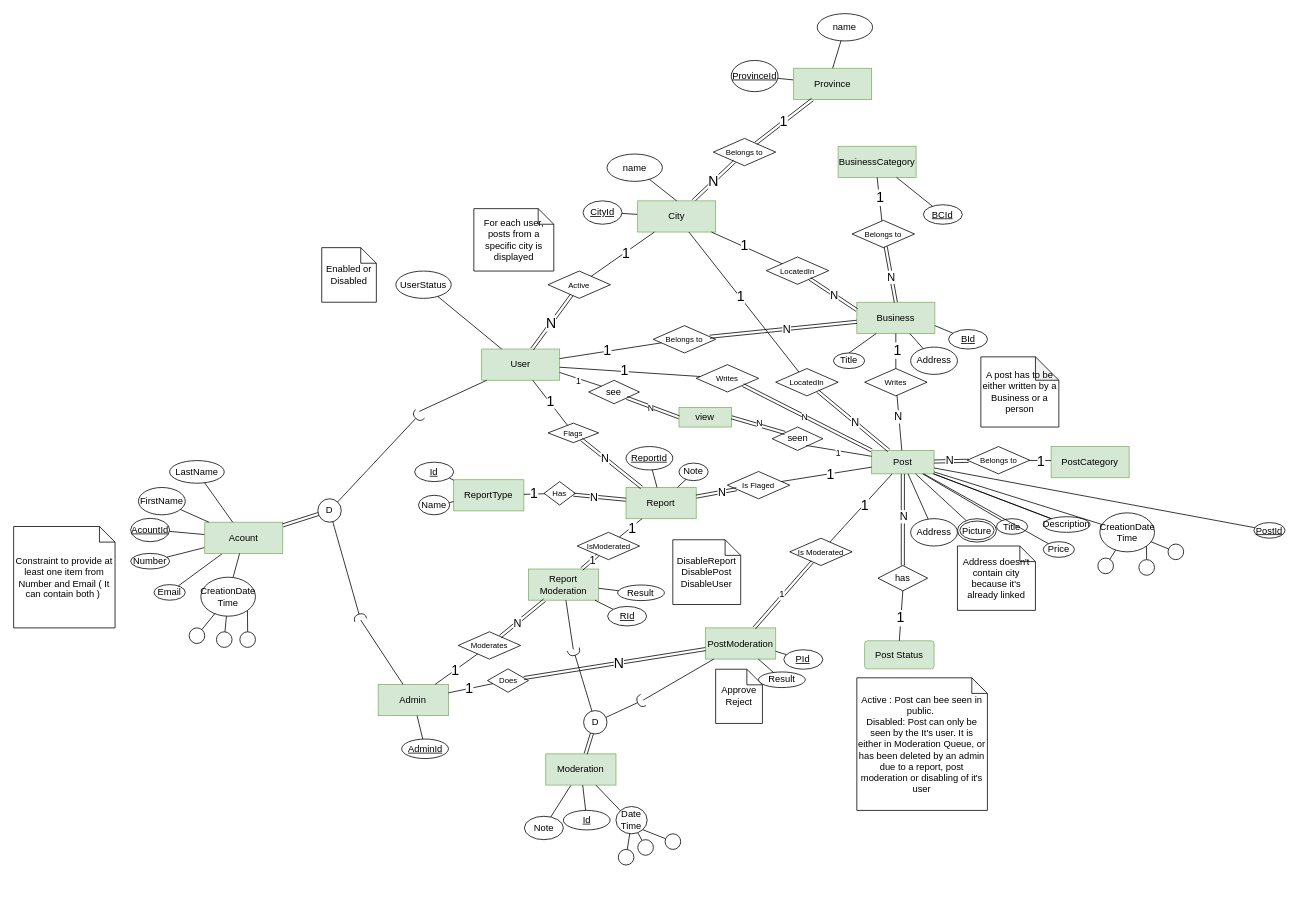
The draw.io diagram Project.drawio in khebrati/HamsellDatabase, before the edit. Source tidied: cells renumbered, new cells numbered last; positions are measured from the earlier drawing's top-left corner, leaving out a move shared by most shapes. Both pictures are drawn from the tidied source at 78%, with x=0, y=0 at pixel (13, 13).
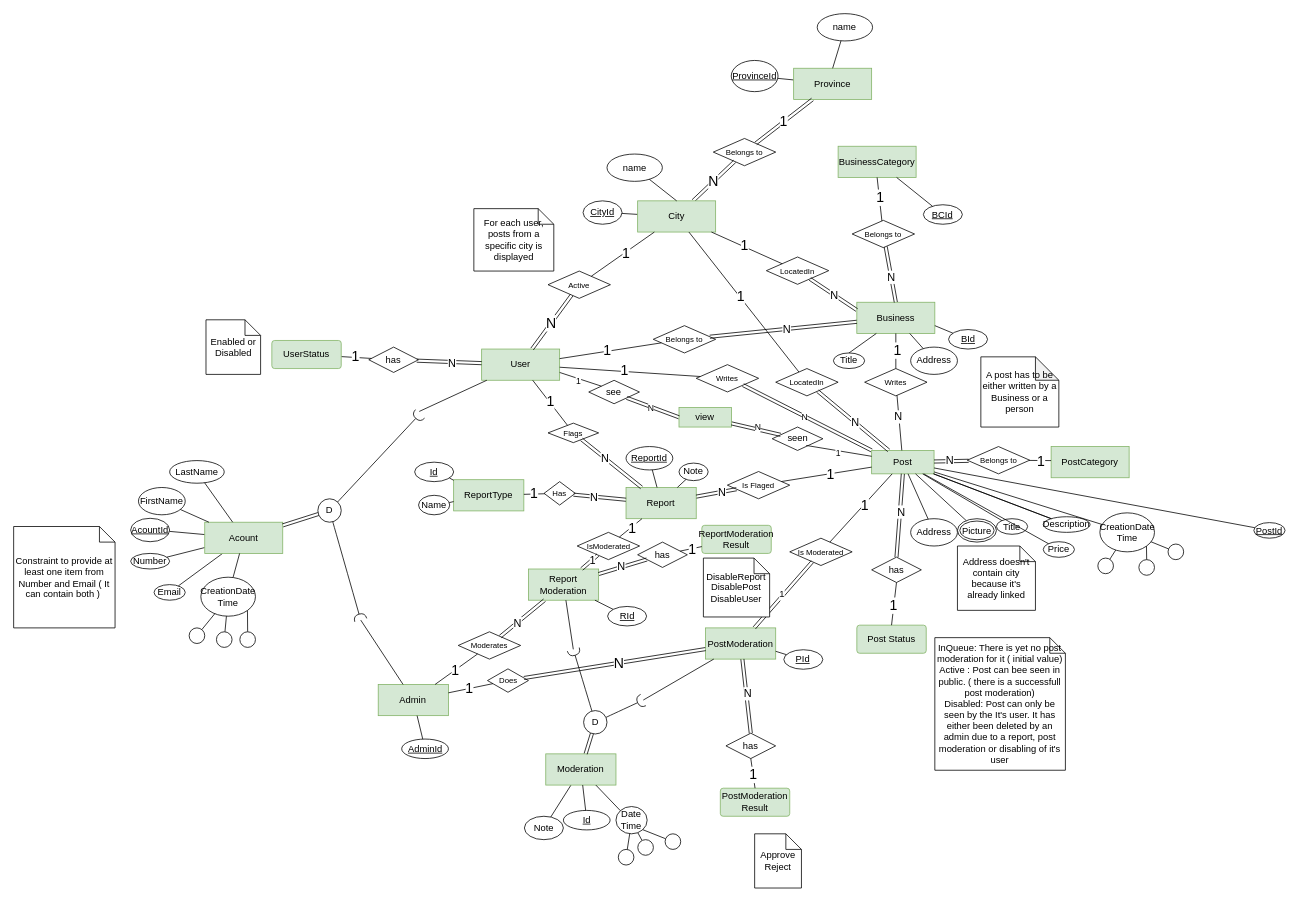
The same page after the edit.

Commit message:
replaced all enums with a new table

Unchanged cells that the change refers to:
```xml
<mxCell id="2" value="User" style="whiteSpace=wrap;html=1;align=center;fillColor=#d5e8d4;strokeColor=#82b366;" parent="1" vertex="1">
  <mxGeometry x="600" y="430" width="100" height="40" as="geometry" />
</mxCell>
<mxCell id="88" value="PostModeration" style="whiteSpace=wrap;html=1;align=center;fillColor=#d5e8d4;strokeColor=#82b366;" parent="1" vertex="1">
  <mxGeometry x="887" y="787.5" width="90" height="40" as="geometry" />
</mxCell>
<mxCell id="103" value="Report&lt;div&gt;Moderation&lt;/div&gt;" style="whiteSpace=wrap;html=1;align=center;fillColor=#d5e8d4;strokeColor=#82b366;" parent="1" vertex="1">
  <mxGeometry x="660" y="712" width="90" height="40" as="geometry" />
</mxCell>
<mxCell id="204" value="view" style="whiteSpace=wrap;html=1;align=center;fillColor=#d5e8d4;strokeColor=#82b366;" parent="1" vertex="1">
  <mxGeometry x="853" y="505" width="67.3" height="25" as="geometry" />
</mxCell>
<mxCell id="205" value="seen" style="shape=rhombus;perimeter=rhombusPerimeter;whiteSpace=wrap;html=1;align=center;" parent="1" vertex="1">
  <mxGeometry x="972.5" y="530" width="65" height="30" as="geometry" />
</mxCell>
```

Diff of the diagram source:
```diff
@@
-    <mxCell id="81" value="UserStatus" style="ellipse;whiteSpace=wrap;html=1;align=center;" parent="1" vertex="1">
-      <mxGeometry x="490" y="330" width="71" height="35" as="geometry" />
-    </mxCell>
-    <mxCell id="82" style="endArrow=none;html=1;rounded=0;" parent="1" edge="1" source="2" target="81">
-      <mxGeometry relative="1" as="geometry" />
-    </mxCell>
     <mxCell id="83" value="Enabled or Disabled" style="shape=note;size=20;whiteSpace=wrap;html=1;" parent="1" vertex="1">
-      <mxGeometry x="395" y="300" width="70" height="70" as="geometry" />
+      <mxGeometry x="246.6" y="392.5" width="70" height="70" as="geometry" />
     </mxCell>
@@
-    <mxCell id="89" value="DisableReport&lt;div&gt;DisablePost&lt;/div&gt;&lt;div&gt;DisableUser&lt;/div&gt;" style="shape=note;size=20;whiteSpace=wrap;html=1;" parent="1" vertex="1">
-      <mxGeometry x="845.1" y="674.5" width="87" height="83" as="geometry" />
-    </mxCell>
@@
-    <mxCell id="154" value="Result" style="ellipse;whiteSpace=wrap;html=1;align=center;" parent="1" vertex="1">
-      <mxGeometry x="955" y="844" width="59.9" height="20" as="geometry" />
-    </mxCell>
-    <mxCell id="155" style="endArrow=none;html=1;rounded=0;" parent="1" edge="1" source="154" target="88">
-      <mxGeometry relative="1" as="geometry" />
-    </mxCell>
-    <mxCell id="156" value="Result" style="ellipse;whiteSpace=wrap;html=1;align=center;" parent="1" vertex="1">
-      <mxGeometry x="774.4" y="732.5" width="59.9" height="20" as="geometry" />
-    </mxCell>
-    <mxCell id="157" style="endArrow=none;html=1;rounded=0;" parent="1" edge="1" source="156" target="103">
-      <mxGeometry relative="1" as="geometry" />
-    </mxCell>
@@
-    <mxCell id="165" value="Active : Post can bee seen in public.&amp;nbsp;&lt;div&gt;Disabled: Post can only be seen by the It's user. It is either in Moderation Queue, or has been deleted by an admin due to a report, post moderation or disabling of it's user&lt;/div&gt;" style="shape=note;size=20;whiteSpace=wrap;html=1;" parent="1" vertex="1">
-      <mxGeometry x="1081" y="851.5" width="167.4" height="170" as="geometry" />
+    <mxCell id="165" value="&lt;div&gt;InQueue: There is yet no post moderation for it ( initial value)&lt;/div&gt;Active : Post can bee seen in public. ( there is a successfull post moderation)&lt;div&gt;&lt;div&gt;Disabled: Post can only be seen by the It's user. It has either been deleted by an admin due to a report, post moderation or disabling of it's user&lt;/div&gt;&lt;/div&gt;" style="shape=note;size=20;whiteSpace=wrap;html=1;" parent="1" vertex="1">
+      <mxGeometry x="1181" y="800" width="167.4" height="170" as="geometry" />
     </mxCell>
@@
     <mxCell id="200" value="Approve&lt;div&gt;Reject&lt;/div&gt;" style="shape=note;size=20;whiteSpace=wrap;html=1;" parent="1" vertex="1">
-      <mxGeometry x="900" y="840.5" width="60" height="69.5" as="geometry" />
+      <mxGeometry x="950" y="1051.5" width="60" height="69.5" as="geometry" />
     </mxCell>
@@
-    <mxCell id="213" style="shape=link;html=1;rounded=0;exitX=1;exitY=0.5;exitDx=0;exitDy=0;entryX=0;entryY=0;entryDx=0;entryDy=0;" parent="1" edge="1" source="204" target="205">
+    <mxCell id="213" style="shape=link;html=1;rounded=0;" parent="1" edge="1" source="204" target="205">
       <mxGeometry relative="1" as="geometry" />
     </mxCell>
@@
     <mxCell id="240" value="Post Status" style="rounded=1;arcSize=10;whiteSpace=wrap;html=1;align=center;fillColor=#d5e8d4;strokeColor=#82b366;" parent="1" vertex="1">
-      <mxGeometry x="1091" y="804" width="89" height="36" as="geometry" />
+      <mxGeometry x="1081" y="784" width="89" height="36" as="geometry" />
     </mxCell>
     <mxCell id="241" value="has" style="shape=rhombus;perimeter=rhombusPerimeter;whiteSpace=wrap;html=1;align=center;" parent="1" vertex="1">
-      <mxGeometry x="1108.1" y="707.5" width="63.7" height="32.5" as="geometry" />
+      <mxGeometry x="1100" y="696.8" width="63.7" height="32.5" as="geometry" />
     </mxCell>
@@
+    <mxCell id="246" value="has" style="shape=rhombus;perimeter=rhombusPerimeter;whiteSpace=wrap;html=1;align=center;" parent="1" vertex="1">
+      <mxGeometry x="455.3" y="427.5" width="63.7" height="32.5" as="geometry" />
+    </mxCell>
+    <mxCell id="247" style="shape=link;html=1;rounded=0;" parent="1" edge="1" source="2" target="246">
+      <mxGeometry relative="1" as="geometry" />
+    </mxCell>
+    <mxCell id="248" value="&lt;font style=&quot;font-size: 14px;&quot;&gt;N&lt;/font&gt;" style="edgeLabel;html=1;align=center;verticalAlign=middle;" parent="247" vertex="1">
+      <mxGeometry x="-0.08" y="1" relative="1" as="geometry" />
+    </mxCell>
+    <mxCell id="249" style="endArrow=none;html=1;rounded=0;" parent="1" edge="1" source="246" target="81">
+      <mxGeometry relative="1" as="geometry" />
+    </mxCell>
+    <mxCell id="250" value="&lt;font style=&quot;font-size: 18px;&quot;&gt;1&lt;/font&gt;" style="edgeLabel;html=1;align=center;verticalAlign=middle;" parent="249" vertex="1">
+      <mxGeometry x="0.08" y="-1" relative="1" as="geometry" />
+    </mxCell>
+    <mxCell id="81" value="UserStatus" style="rounded=1;arcSize=10;whiteSpace=wrap;html=1;align=center;fillColor=#d5e8d4;strokeColor=#82b366;" parent="1" vertex="1">
+      <mxGeometry x="331" y="419" width="89" height="36" as="geometry" />
+    </mxCell>
+    <mxCell id="251" value="PostModeration&lt;div&gt;Result&lt;/div&gt;" style="rounded=1;arcSize=10;whiteSpace=wrap;html=1;align=center;fillColor=#d5e8d4;strokeColor=#82b366;" parent="1" vertex="1">
+      <mxGeometry x="906" y="993" width="89" height="36" as="geometry" />
+    </mxCell>
+    <mxCell id="252" value="has" style="shape=rhombus;perimeter=rhombusPerimeter;whiteSpace=wrap;html=1;align=center;" parent="1" vertex="1">
+      <mxGeometry x="913.2" y="922.5" width="63.7" height="32.5" as="geometry" />
+    </mxCell>
+    <mxCell id="253" style="shape=link;html=1;rounded=0;entryX=0.5;entryY=0;entryDx=0;entryDy=0;" parent="1" edge="1" source="88" target="252">
+      <mxGeometry relative="1" as="geometry" />
+    </mxCell>
+    <mxCell id="254" value="&lt;font style=&quot;font-size: 14px;&quot;&gt;N&lt;/font&gt;" style="edgeLabel;html=1;align=center;verticalAlign=middle;" parent="253" vertex="1">
+      <mxGeometry x="-0.08" y="1" relative="1" as="geometry" />
+    </mxCell>
+    <mxCell id="255" style="endArrow=none;html=1;rounded=0;exitX=0.5;exitY=1;exitDx=0;exitDy=0;entryX=0.5;entryY=0;entryDx=0;entryDy=0;" parent="1" edge="1" source="252" target="251">
+      <mxGeometry relative="1" as="geometry" />
+    </mxCell>
+    <mxCell id="256" value="&lt;font style=&quot;font-size: 18px;&quot;&gt;1&lt;/font&gt;" style="edgeLabel;html=1;align=center;verticalAlign=middle;" parent="255" vertex="1">
+      <mxGeometry x="0.08" y="-1" relative="1" as="geometry" />
+    </mxCell>
+    <mxCell id="257" value="ReportModeration&lt;div&gt;Result&lt;/div&gt;" style="rounded=1;arcSize=10;whiteSpace=wrap;html=1;align=center;fillColor=#d5e8d4;strokeColor=#82b366;" parent="1" vertex="1">
+      <mxGeometry x="882.3" y="656" width="89" height="36" as="geometry" />
+    </mxCell>
+    <mxCell id="258" value="has" style="shape=rhombus;perimeter=rhombusPerimeter;whiteSpace=wrap;html=1;align=center;" parent="1" vertex="1">
+      <mxGeometry x="800" y="677.5" width="63.7" height="32.5" as="geometry" />
+    </mxCell>
+    <mxCell id="259" style="shape=link;html=1;rounded=0;" parent="1" edge="1" source="103" target="258">
+      <mxGeometry relative="1" as="geometry" />
+    </mxCell>
+    <mxCell id="260" value="&lt;font style=&quot;font-size: 14px;&quot;&gt;N&lt;/font&gt;" style="edgeLabel;html=1;align=center;verticalAlign=middle;" parent="259" vertex="1">
+      <mxGeometry x="-0.08" y="1" relative="1" as="geometry" />
+    </mxCell>
+    <mxCell id="261" style="endArrow=none;html=1;rounded=0;" parent="1" edge="1" source="258" target="257">
+      <mxGeometry relative="1" as="geometry" />
+    </mxCell>
+    <mxCell id="262" value="&lt;font style=&quot;font-size: 18px;&quot;&gt;1&lt;/font&gt;" style="edgeLabel;html=1;align=center;verticalAlign=middle;" parent="261" vertex="1">
+      <mxGeometry x="0.08" y="-1" relative="1" as="geometry" />
+    </mxCell>
+    <mxCell id="89" value="DisableReport&lt;div&gt;DisablePost&lt;/div&gt;&lt;div&gt;DisableUser&lt;/div&gt;" style="shape=note;size=20;whiteSpace=wrap;html=1;" parent="1" vertex="1">
+      <mxGeometry x="884.3" y="698" width="84.9" height="75.5" as="geometry" />
+    </mxCell>
```
